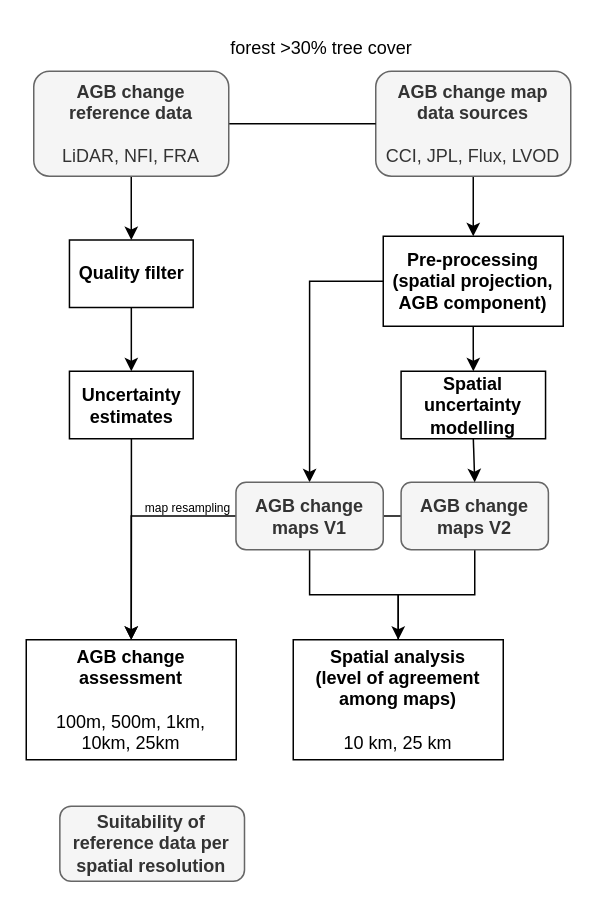
Earlier version of the draw.io diagram paper2.drawio (arnanaraza/diagrams). Source tidied: cells renumbered, new cells numbered last; positions are measured from the earlier drawing's top-left corner, leaving out a move shared by most shapes. Both pictures are drawn from the tidied source at 150%, with x=0, y=0 at pixel (26, 26).
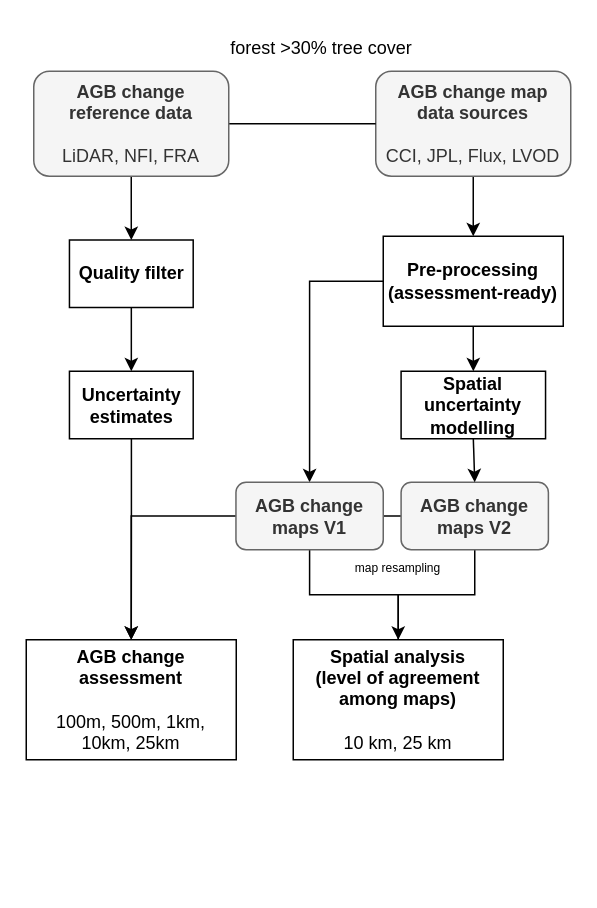
After the change.

What changed in the source:
```diff
@@
-    <mxCell id="19" value="&lt;b&gt;Suitability of reference data per spatial resolution&lt;br&gt;&lt;/b&gt;" style="rounded=1;whiteSpace=wrap;html=1;fillColor=#f5f5f5;strokeColor=#666666;fontColor=#333333;" parent="1" vertex="1">
-      <mxGeometry x="22.4" y="520" width="123.1" height="50" as="geometry" />
-    </mxCell>
@@
-    <mxCell id="22" value="&lt;b&gt;Pre-processing (spatial projection, AGB component)&lt;/b&gt;" style="rounded=0;whiteSpace=wrap;html=1;" parent="1" vertex="1">
+    <mxCell id="22" value="&lt;b&gt;Pre-processing (assessment-ready)&lt;/b&gt;" style="rounded=0;whiteSpace=wrap;html=1;" parent="1" vertex="1">
       <mxGeometry x="238" y="140" width="120" height="60" as="geometry" />
     </mxCell>
@@
     <mxCell id="26" value="map resampling" style="text;html=1;strokeColor=none;fillColor=none;align=center;verticalAlign=middle;whiteSpace=wrap;rounded=0;fontSize=8;" parent="1" vertex="1">
-      <mxGeometry x="48" y="320" width="120" as="geometry" />
+      <mxGeometry x="188" y="360" width="120" as="geometry" />
     </mxCell>
```
